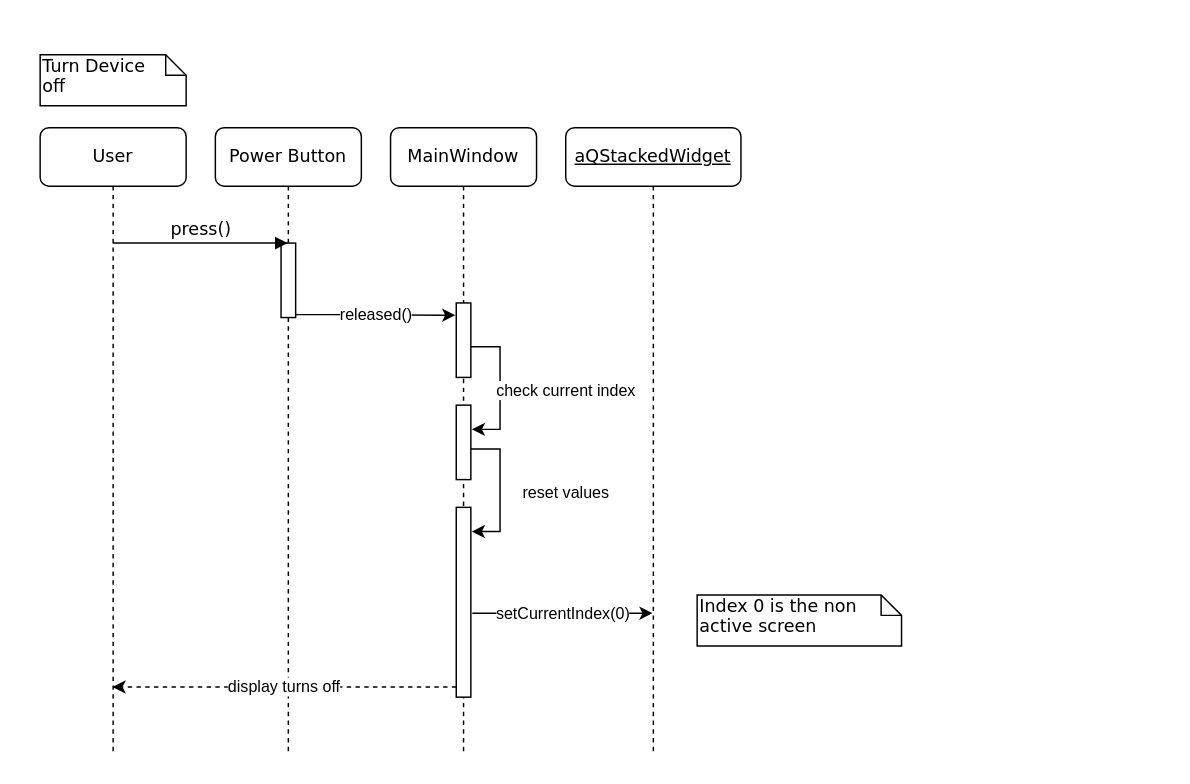
Hall-Andrew/CESDEVICE-3004FinalProject keeps this draw.io diagram as Documentation/turn_device_off.drawio. Above is the earlier version. Source tidied: cells renumbered, new cells numbered last; positions are measured from the earlier drawing's top-left corner, leaving out a move shared by most shapes. Both pictures are drawn from the tidied source at 146%, with x=0, y=0 at pixel (39, 54).
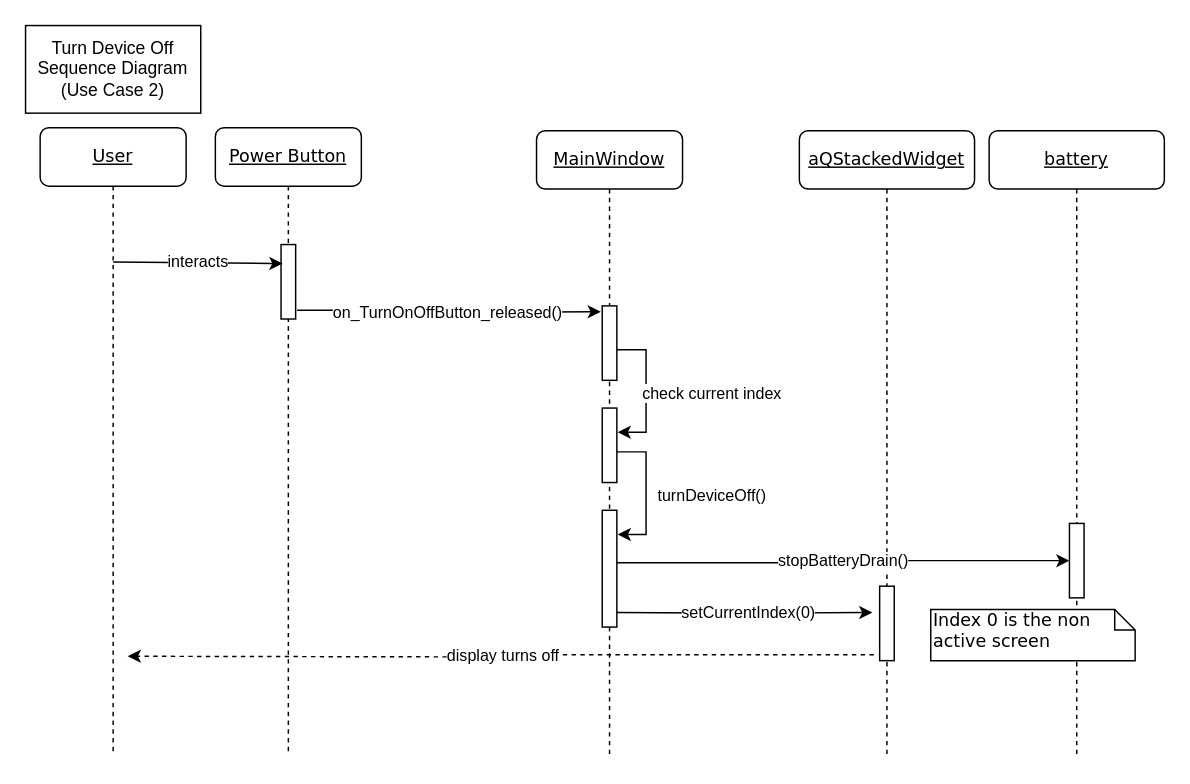
The same diagram, later.

Commit message (it also covers changes not shown here):
Redid Sequence Diagram

The edit, as a diff of the source:
```diff
@@
-    <mxCell id="2" value="MainWindow" style="shape=umlLifeline;perimeter=lifelinePerimeter;whiteSpace=wrap;html=1;rounded=1;shadow=0;comic=0;labelBackgroundColor=none;strokeWidth=1;fontFamily=Verdana;fontSize=12;align=center;" parent="1" vertex="1">
-      <mxGeometry x="240" y="50" width="100" height="430" as="geometry" />
+    <mxCell id="2" value="&lt;u&gt;MainWindow&lt;/u&gt;" style="shape=umlLifeline;perimeter=lifelinePerimeter;whiteSpace=wrap;html=1;rounded=1;shadow=0;comic=0;labelBackgroundColor=none;strokeWidth=1;fontFamily=Verdana;fontSize=12;align=center;" parent="1" vertex="1">
+      <mxGeometry x="340" y="52" width="100" height="430" as="geometry" />
     </mxCell>
@@
-    <mxCell id="6" value="reset values" style="edgeStyle=orthogonalEdgeStyle;rounded=0;orthogonalLoop=1;jettySize=auto;html=1;entryX=1.06;entryY=0.325;entryDx=0;entryDy=0;entryPerimeter=0;" parent="2" edge="1">
+    <mxCell id="6" value="turnDeviceOff()" style="edgeStyle=orthogonalEdgeStyle;rounded=0;orthogonalLoop=1;jettySize=auto;html=1;entryX=1.06;entryY=0.325;entryDx=0;entryDy=0;entryPerimeter=0;" parent="2" edge="1">
       <mxGeometry x="0.04" y="45" relative="1" as="geometry">
         <mxPoint x="55" y="220" as="sourcePoint" />
         <mxPoint x="55.6" y="276.6" as="targetPoint" />
         <Array as="points">
           <mxPoint x="75" y="220" />
           <mxPoint x="75" y="277" />
         </Array>
       </mxGeometry>
     </mxCell>
     <mxCell id="7" style="html=1;points=[];perimeter=orthogonalPerimeter;rounded=0;shadow=0;comic=0;labelBackgroundColor=none;strokeWidth=1;fontFamily=Verdana;fontSize=12;align=center;" parent="2" vertex="1">
-      <mxGeometry x="45" y="260" width="10" height="130" as="geometry" />
+      <mxGeometry x="45" y="260" width="10" height="80" as="geometry" />
     </mxCell>
+    <mxCell id="15" value="setCurrentIndex(0)" style="edgeStyle=orthogonalEdgeStyle;rounded=0;jettySize=auto;html=1;entryX=-0.5;entryY=0.353;entryDx=0;entryDy=0;entryPerimeter=0;" parent="2" edge="1" target="18">
+      <mxGeometry x="0.03" relative="1" as="geometry">
+        <mxPoint x="55" y="330" as="sourcePoint" />
+      </mxGeometry>
+    </mxCell>
+    <mxCell id="17" value="display turns off" style="edgeStyle=orthogonalEdgeStyle;rounded=0;jettySize=auto;html=1;dashed=1;exitX=-0.4;exitY=0.922;exitDx=0;exitDy=0;exitPerimeter=0;" parent="2" edge="1" source="18">
+      <mxGeometry relative="1" as="geometry">
+        <mxPoint x="-280" y="360" as="targetPoint" />
+      </mxGeometry>
+    </mxCell>
     <mxCell id="8" value="&lt;u&gt;aQStackedWidget&lt;/u&gt;" style="shape=umlLifeline;perimeter=lifelinePerimeter;whiteSpace=wrap;html=1;outlineConnect=0;rounded=1;shadow=0;comic=0;labelBackgroundColor=none;strokeWidth=1;fontFamily=Verdana;fontSize=12;align=center;" parent="1" vertex="1">
-      <mxGeometry x="360" y="50" width="120" height="430" as="geometry" />
+      <mxGeometry x="520" y="52" width="120" height="430" as="geometry" />
     </mxCell>
+    <mxCell id="18" style="html=1;points=[];perimeter=orthogonalPerimeter;rounded=0;shadow=0;comic=0;labelBackgroundColor=none;strokeWidth=1;fontFamily=Verdana;fontSize=12;align=center;" parent="8" vertex="1">
+      <mxGeometry x="55" y="312" width="10" height="51" as="geometry" />
+    </mxCell>
-    <mxCell id="9" value="User" style="shape=umlLifeline;perimeter=lifelinePerimeter;whiteSpace=wrap;html=1;rounded=1;shadow=0;comic=0;labelBackgroundColor=none;strokeWidth=1;fontFamily=Verdana;fontSize=12;align=center;" parent="1" vertex="1">
+    <mxCell id="9" value="&lt;u&gt;User&lt;/u&gt;" style="shape=umlLifeline;perimeter=lifelinePerimeter;whiteSpace=wrap;html=1;rounded=1;shadow=0;comic=0;labelBackgroundColor=none;strokeWidth=1;fontFamily=Verdana;fontSize=12;align=center;" parent="1" vertex="1">
       <mxGeometry y="50" width="100" height="430" as="geometry" />
     </mxCell>
-    <mxCell id="10" value="Turn Device &lt;br&gt;off" style="shape=note;whiteSpace=wrap;html=1;size=14;verticalAlign=top;align=left;spacingTop=-6;rounded=0;shadow=0;comic=0;labelBackgroundColor=none;strokeWidth=1;fontFamily=Verdana;fontSize=12;fillColor=default;strokeColor=default;fontColor=default;" parent="1" vertex="1">
-      <mxGeometry width="100" height="35" as="geometry" />
-    </mxCell>
-    <mxCell id="11" value="Power Button" style="shape=umlLifeline;perimeter=lifelinePerimeter;whiteSpace=wrap;html=1;outlineConnect=0;rounded=1;shadow=0;comic=0;labelBackgroundColor=none;strokeWidth=1;fontFamily=Verdana;fontSize=12;align=center;" parent="1" vertex="1">
+    <mxCell id="11" value="&lt;u&gt;Power Button&lt;/u&gt;" style="shape=umlLifeline;perimeter=lifelinePerimeter;whiteSpace=wrap;html=1;outlineConnect=0;rounded=1;shadow=0;comic=0;labelBackgroundColor=none;strokeWidth=1;fontFamily=Verdana;fontSize=12;align=center;" parent="1" vertex="1">
       <mxGeometry x="120" y="50" width="100" height="430" as="geometry" />
     </mxCell>
     <mxCell id="12" style="html=1;points=[];perimeter=orthogonalPerimeter;rounded=0;shadow=0;comic=0;labelBackgroundColor=none;strokeWidth=1;fontFamily=Verdana;fontSize=12;align=center;" parent="11" vertex="1">
-      <mxGeometry x="45" y="79" width="10" height="51" as="geometry" />
+      <mxGeometry x="45" y="80" width="10" height="51" as="geometry" />
     </mxCell>
-    <mxCell id="13" value="press()" style="html=1;verticalAlign=bottom;endArrow=block;labelBackgroundColor=none;fontFamily=Verdana;fontSize=12;edgeStyle=elbowEdgeStyle;elbow=vertical;rounded=0;" parent="1" edge="1" target="11">
-      <mxGeometry relative="1" as="geometry">
-        <mxPoint x="49.7" y="129" as="sourcePoint" />
-        <Array as="points">
-          <mxPoint x="210" y="129" />
-          <mxPoint x="250" y="97" />
-          <mxPoint x="250" y="117" />
-        </Array>
-      </mxGeometry>
-    </mxCell>
-    <mxCell id="14" value="released()" style="edgeStyle=orthogonalEdgeStyle;rounded=0;orthogonalLoop=1;jettySize=auto;html=1;entryX=-0.06;entryY=0.067;entryDx=0;entryDy=0;entryPerimeter=0;" parent="1" edge="1">
+    <mxCell id="14" value="on_TurnOnOffButton_released()" style="edgeStyle=orthogonalEdgeStyle;rounded=0;jettySize=auto;html=1;exitX=1.1;exitY=0.882;exitDx=0;exitDy=0;exitPerimeter=0;" parent="1" edge="1" source="12">
       <mxGeometry relative="1" as="geometry">
-        <mxPoint x="175" y="178" as="sourcePoint" />
-        <mxPoint x="284.4" y="178.4" as="targetPoint" />
-        <Array as="points">
-          <mxPoint x="200" y="178" />
-          <mxPoint x="200" y="178" />
-        </Array>
+        <mxPoint x="384" y="176" as="targetPoint" />
       </mxGeometry>
     </mxCell>
-    <mxCell id="15" value="setCurrentIndex(0)" style="edgeStyle=orthogonalEdgeStyle;rounded=0;jettySize=auto;html=1;" parent="1" edge="1" target="8">
-      <mxGeometry relative="1" as="geometry">
-        <mxPoint x="296" y="382.5" as="sourcePoint" />
-        <Array as="points">
-          <mxPoint x="380" y="383" />
-          <mxPoint x="380" y="383" />
-        </Array>
-      </mxGeometry>
-    </mxCell>
+    <mxCell id="19" value="Turn Device Off Sequence Diagram&lt;br&gt;(Use Case 2)" style="rounded=0;whiteSpace=wrap;html=1;fontFamily=Helvetica;" parent="1" vertex="1">
+      <mxGeometry x="-10" y="-20" width="120" height="60" as="geometry" />
+    </mxCell>
+    <mxCell id="20" value="&lt;u&gt;battery&lt;/u&gt;" style="shape=umlLifeline;perimeter=lifelinePerimeter;whiteSpace=wrap;html=1;rounded=1;shadow=0;comic=0;labelBackgroundColor=none;strokeWidth=1;fontFamily=Verdana;fontSize=12;align=center;" parent="1" vertex="1">
+      <mxGeometry x="650" y="52" width="120" height="430" as="geometry" />
+    </mxCell>
+    <mxCell id="21" style="html=1;points=[];perimeter=orthogonalPerimeter;rounded=0;shadow=0;comic=0;labelBackgroundColor=none;strokeWidth=1;fontFamily=Verdana;fontSize=12;align=center;" parent="20" vertex="1">
+      <mxGeometry x="55" y="269" width="10" height="51" as="geometry" />
+    </mxCell>
-    <mxCell id="16" value="Index 0 is the non active screen" style="shape=note;whiteSpace=wrap;html=1;size=14;verticalAlign=top;align=left;spacingTop=-6;rounded=0;shadow=0;comic=0;labelBackgroundColor=none;strokeWidth=1;fontFamily=Verdana;fontSize=12;fillColor=default;strokeColor=default;fontColor=default;" parent="1" vertex="1">
-      <mxGeometry x="450" y="370" width="140" height="35" as="geometry" />
+    <mxCell id="16" value="Index 0 is the non active screen" style="shape=note;whiteSpace=wrap;html=1;size=14;verticalAlign=top;align=left;spacingTop=-6;rounded=0;shadow=0;comic=0;labelBackgroundColor=none;strokeWidth=1;fontFamily=Verdana;fontSize=12;fillColor=default;strokeColor=default;fontColor=default;" parent="20" vertex="1">
+      <mxGeometry x="-40" y="328" width="140" height="35" as="geometry" />
     </mxCell>
-    <mxCell id="17" value="display turns off" style="edgeStyle=orthogonalEdgeStyle;rounded=0;orthogonalLoop=1;jettySize=auto;html=1;dashed=1;" parent="1" edge="1">
-      <mxGeometry relative="1" as="geometry">
-        <mxPoint x="285" y="433" as="sourcePoint" />
-        <mxPoint x="49.5" y="433" as="targetPoint" />
-        <Array as="points">
-          <mxPoint x="220" y="433" />
-          <mxPoint x="220" y="433" />
-        </Array>
-      </mxGeometry>
-    </mxCell>
+    <mxCell id="22" value="stopBatteryDrain()" style="edgeStyle=orthogonalEdgeStyle;rounded=0;jettySize=auto;html=1;exitX=1;exitY=0.45;exitDx=0;exitDy=0;exitPerimeter=0;" parent="1" edge="1" source="7" target="21">
+      <mxGeometry relative="1" as="geometry" />
+    </mxCell>
+    <mxCell id="23" value="interacts" style="edgeStyle=orthogonalEdgeStyle;rounded=0;jettySize=auto;html=1;entryX=0.1;entryY=0.255;entryDx=0;entryDy=0;entryPerimeter=0;" parent="1" edge="1" target="12">
+      <mxGeometry relative="1" as="geometry">
+        <mxPoint x="50" y="142" as="sourcePoint" />
+      </mxGeometry>
+    </mxCell>
```
